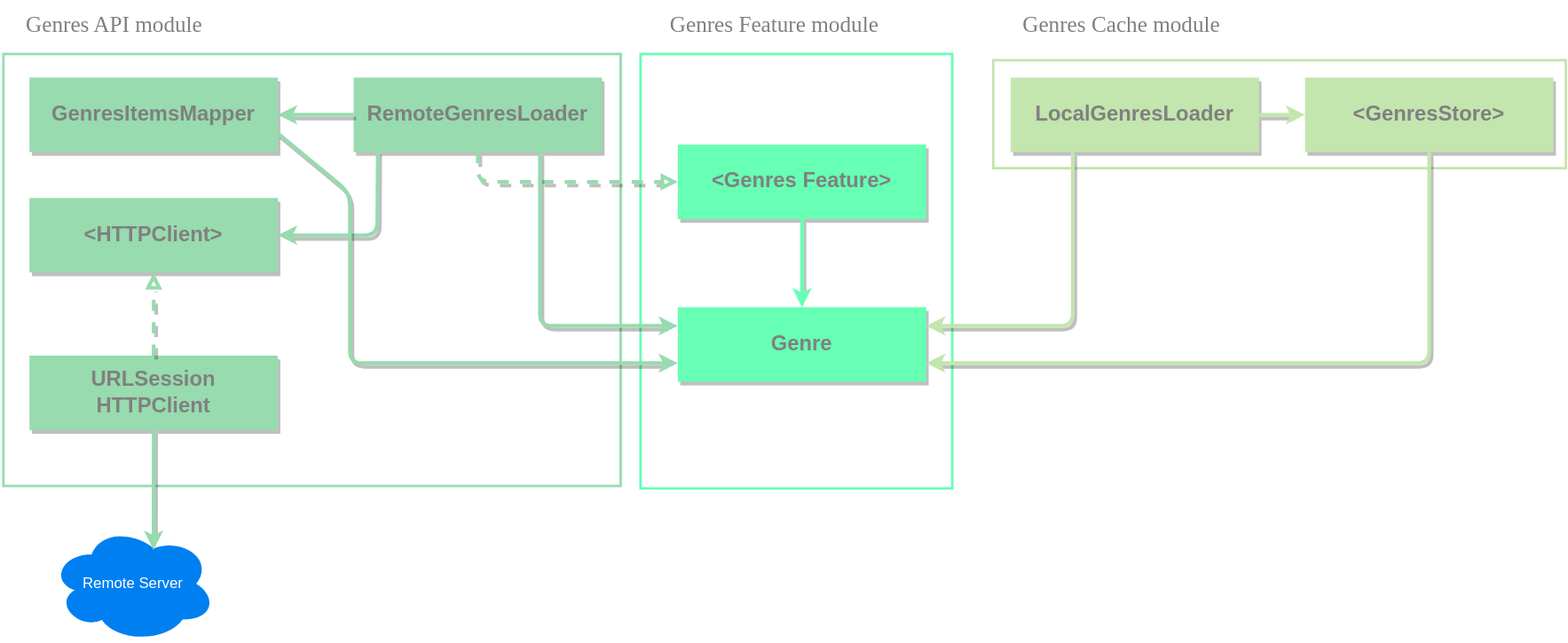
Above: Podcasts Genres List/Genres List UI/dependency.drawio.svg in alexnikol/AnyCast (draw.io), before the change. Source tidied: cells renumbered, new cells last; positions are measured from the earlier drawing's top-left corner, leaving out a move shared by most shapes.
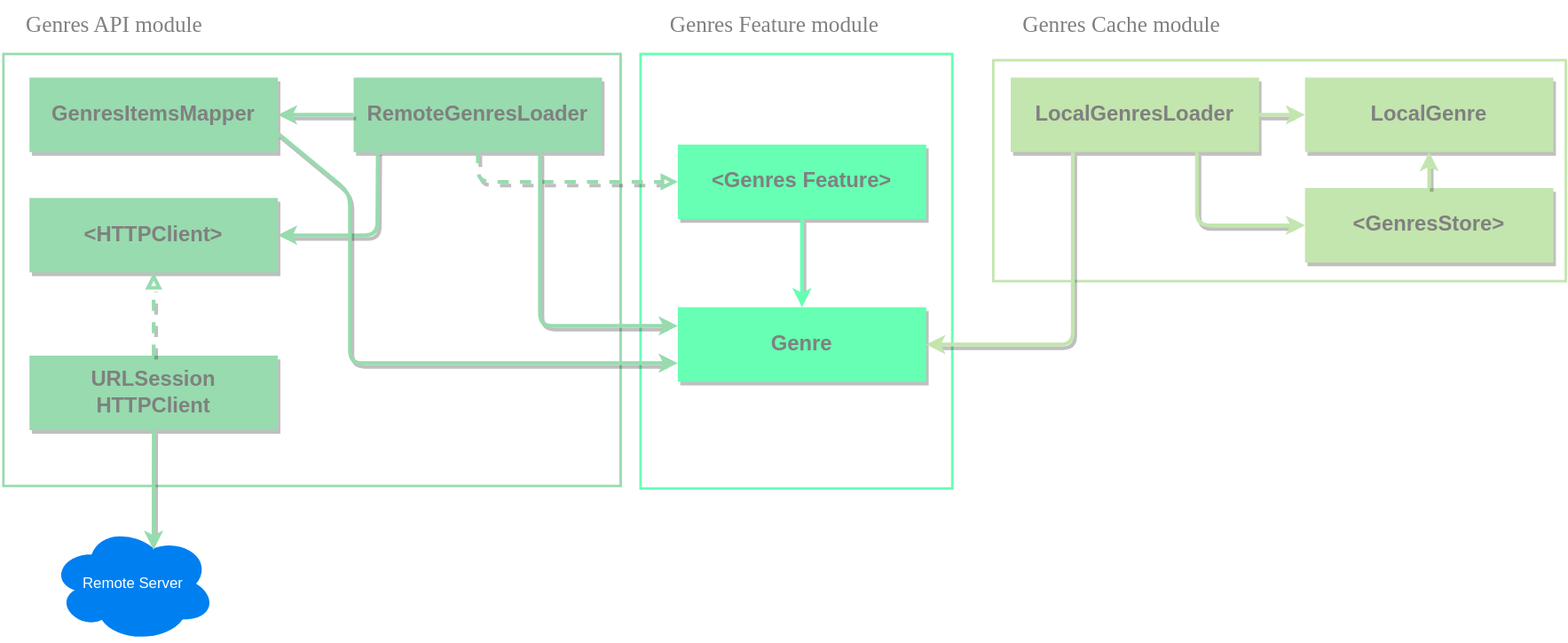
The same diagram one commit later.

Commit message:
Updated dependency diagram

Diff of the diagram source:
```diff
@@ -3,7 +3,7 @@
     <mxCell id="0" />
     <mxCell id="1" parent="0" />
     <mxCell id="2" style="rounded=0;whiteSpace=wrap;html=1;strokeWidth=2;strokeColor=#C3E5AE;fillColor=none;" parent="1" vertex="1">
-      <mxGeometry x="799" y="48" width="461" height="87" as="geometry" />
+      <mxGeometry x="799" y="48" width="461" height="178" as="geometry" />
     </mxCell>
     <mxCell id="3" style="rounded=0;whiteSpace=wrap;html=1;strokeWidth=2;strokeColor=#66FFB3;fillColor=none;" parent="1" vertex="1">
       <mxGeometry x="515" y="43" width="251" height="350" as="geometry" />
@@ -77,7 +77,7 @@
     <mxCell id="20" value="LocalGenresLoader" style="rounded=0;whiteSpace=wrap;html=1;fontSize=17;fontColor=#808080;strokeColor=none;strokeWidth=3;fillColor=#C3E5AE;fontStyle=1;gradientColor=none;shadow=1;" parent="1" vertex="1">
       <mxGeometry x="813" y="62" width="200" height="60" as="geometry" />
     </mxCell>
-    <mxCell id="21" value="&amp;lt;GenresStore&amp;gt;" style="rounded=0;whiteSpace=wrap;html=1;fontSize=17;fontColor=#808080;strokeColor=none;strokeWidth=3;fillColor=#C3E5AE;fontStyle=1;gradientColor=none;shadow=1;" parent="1" vertex="1">
+    <mxCell id="21" value="LocalGenre" style="rounded=0;whiteSpace=wrap;html=1;fontSize=17;fontColor=#808080;strokeColor=none;strokeWidth=3;fillColor=#C3E5AE;fontStyle=1;gradientColor=none;shadow=1;" parent="1" vertex="1">
       <mxGeometry x="1050" y="62" width="200" height="60" as="geometry" />
     </mxCell>
     <mxCell id="22" style="edgeStyle=none;html=1;exitX=1;exitY=0.5;exitDx=0;exitDy=0;fontSize=17;fontColor=#999900;strokeColor=#C3E5AE;fillColor=#a20025;strokeWidth=3;shadow=1;entryX=0;entryY=0.5;entryDx=0;entryDy=0;" parent="1" edge="1" source="20" target="21">
@@ -104,25 +104,31 @@
         </Array>
       </mxGeometry>
     </mxCell>
-    <mxCell id="27" style="edgeStyle=none;html=1;exitX=0.25;exitY=1;exitDx=0;exitDy=0;fontSize=17;fontColor=#999900;strokeColor=#C3E5AE;fillColor=#a20025;strokeWidth=3;shadow=1;entryX=1;entryY=0.25;entryDx=0;entryDy=0;" parent="1" edge="1" source="20" target="23">
+    <mxCell id="27" style="edgeStyle=none;html=1;exitX=0.25;exitY=1;exitDx=0;exitDy=0;fontSize=17;fontColor=#999900;strokeColor=#C3E5AE;fillColor=#a20025;strokeWidth=3;shadow=1;entryX=1;entryY=0.5;entryDx=0;entryDy=0;" parent="1" edge="1" source="20" target="23">
       <mxGeometry relative="1" as="geometry">
         <Array as="points">
-          <mxPoint x="863" y="262" />
+          <mxPoint x="863" y="277" />
         </Array>
       </mxGeometry>
     </mxCell>
-    <mxCell id="28" style="edgeStyle=none;html=1;exitX=0.5;exitY=1;exitDx=0;exitDy=0;fontSize=17;fontColor=#999900;strokeColor=#C3E5AE;fillColor=#a20025;strokeWidth=3;shadow=1;entryX=1;entryY=0.75;entryDx=0;entryDy=0;" parent="1" edge="1" source="21" target="23">
-      <mxGeometry relative="1" as="geometry">
-        <Array as="points">
-          <mxPoint x="1150" y="292" />
-        </Array>
-      </mxGeometry>
-    </mxCell>
     <mxCell id="29" value="&lt;font style=&quot;font-size: 18px&quot;&gt;Genres Cache module&lt;/font&gt;" style="text;html=1;strokeColor=none;fillColor=none;align=center;verticalAlign=middle;whiteSpace=wrap;rounded=0;fontFamily=Verdana;fontSize=18;fontColor=#808080;" parent="1" vertex="1">
       <mxGeometry x="799" width="207" height="40" as="geometry" />
     </mxCell>
     <mxCell id="30" value="&lt;font style=&quot;font-size: 18px&quot;&gt;Genres Feature module&lt;/font&gt;" style="text;html=1;strokeColor=none;fillColor=none;align=center;verticalAlign=middle;whiteSpace=wrap;rounded=0;fontFamily=Verdana;fontSize=18;fontColor=#808080;" parent="1" vertex="1">
       <mxGeometry x="515" width="216" height="40" as="geometry" />
     </mxCell>
+    <mxCell id="31" value="&amp;lt;GenresStore&amp;gt;" style="rounded=0;whiteSpace=wrap;html=1;fontSize=17;fontColor=#808080;strokeColor=none;strokeWidth=3;fillColor=#C3E5AE;fontStyle=1;gradientColor=none;shadow=1;" parent="1" vertex="1">
+      <mxGeometry x="1050" y="151" width="200" height="60" as="geometry" />
+    </mxCell>
+    <mxCell id="32" style="edgeStyle=none;html=1;fontSize=17;fontColor=#999900;strokeColor=#C3E5AE;fillColor=#a20025;strokeWidth=3;shadow=1;entryX=0.5;entryY=1;entryDx=0;entryDy=0;exitX=0.5;exitY=0;exitDx=0;exitDy=0;" parent="1" edge="1" source="31" target="21">
+      <mxGeometry relative="1" as="geometry" />
+    </mxCell>
+    <mxCell id="33" style="edgeStyle=none;html=1;exitX=0.75;exitY=1;exitDx=0;exitDy=0;fontSize=17;fontColor=#999900;strokeColor=#C3E5AE;fillColor=#a20025;strokeWidth=3;shadow=1;entryX=0;entryY=0.5;entryDx=0;entryDy=0;" parent="1" edge="1" source="20" target="31">
+      <mxGeometry relative="1" as="geometry">
+        <Array as="points">
+          <mxPoint x="963" y="181" />
+        </Array>
+      </mxGeometry>
+    </mxCell>
   </root>
 </mxGraphModel>
```
